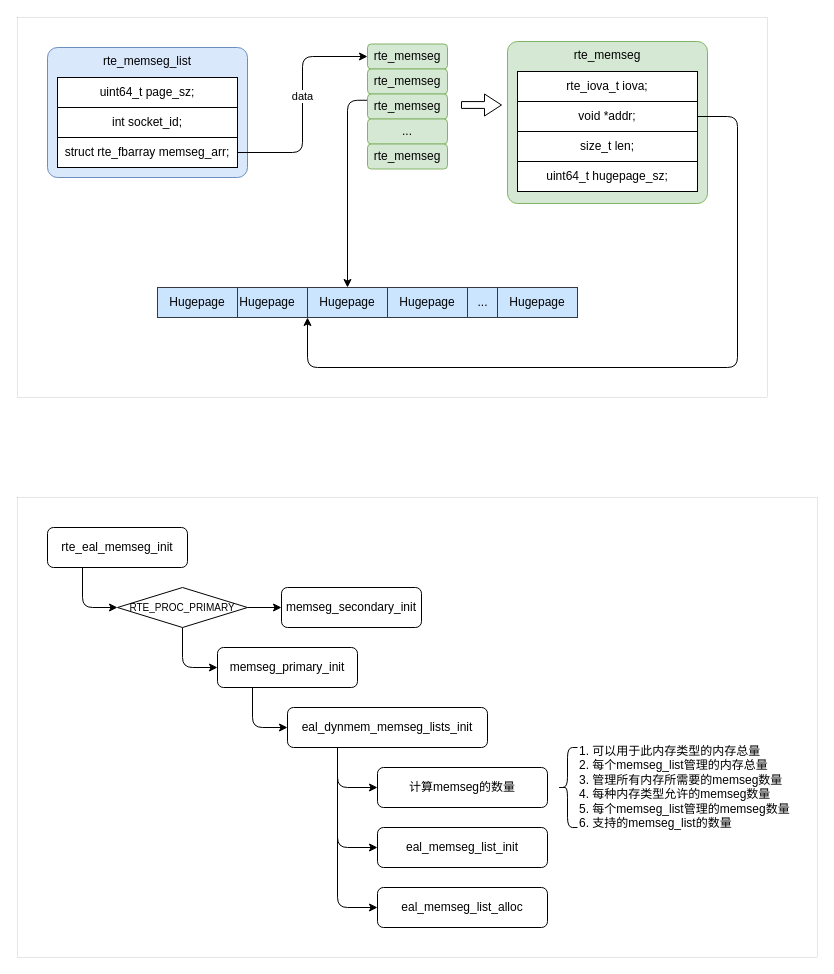
Earlier version of the draw.io diagram page "memseg" (1 of 5) of dpdk.drawio (Aspiresky/draw.io). Source tidied: cells renumbered, new cells numbered last; positions are measured from the earlier drawing's top-left corner, leaving out a move shared by most shapes. Both pictures are drawn from the tidied source at 100%, with x=0, y=0 at pixel (17, 17).
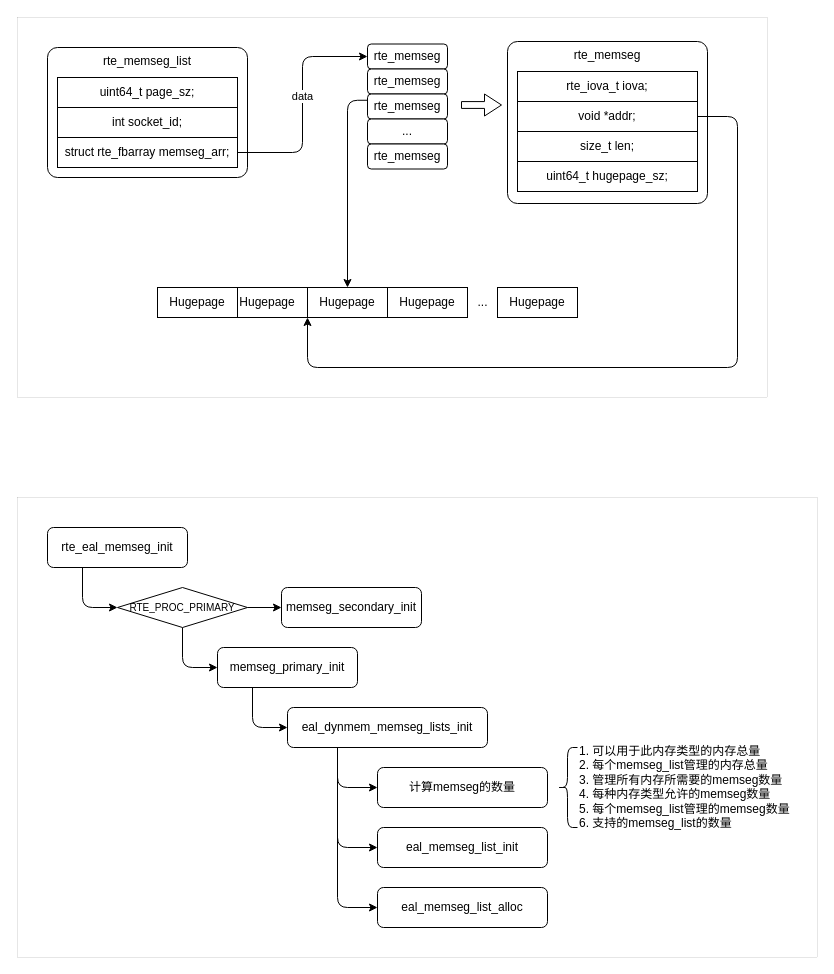
The same diagram, later.

Diff of the diagram source:
```diff
@@
-    <mxCell id="3" value="rte_memseg_list" style="rounded=1;whiteSpace=wrap;html=1;verticalAlign=top;absoluteArcSize=1;fillColor=#dae8fc;strokeColor=#6c8ebf;" parent="1" vertex="1">
+    <mxCell id="3" value="rte_memseg_list" style="rounded=1;whiteSpace=wrap;html=1;verticalAlign=top;absoluteArcSize=1;" parent="1" vertex="1">
       <mxGeometry x="30" y="30" width="200" height="130" as="geometry" />
     </mxCell>
@@
-    <mxCell id="9" value="rte_memseg" style="rounded=1;whiteSpace=wrap;html=1;fillColor=#d5e8d4;strokeColor=#82b366;" parent="1" vertex="1">
+    <mxCell id="9" value="rte_memseg" style="rounded=1;whiteSpace=wrap;html=1;" parent="1" vertex="1">
       <mxGeometry x="350" y="26.5" width="80" height="25" as="geometry" />
     </mxCell>
-    <mxCell id="10" value="rte_memseg" style="rounded=1;whiteSpace=wrap;html=1;fillColor=#d5e8d4;strokeColor=#82b366;" parent="1" vertex="1">
+    <mxCell id="10" value="rte_memseg" style="rounded=1;whiteSpace=wrap;html=1;" parent="1" vertex="1">
       <mxGeometry x="350" y="51.5" width="80" height="25" as="geometry" />
     </mxCell>
@@
-    <mxCell id="12" value="rte_memseg" style="rounded=1;whiteSpace=wrap;html=1;fillColor=#d5e8d4;strokeColor=#82b366;" parent="1" vertex="1">
+    <mxCell id="12" value="rte_memseg" style="rounded=1;whiteSpace=wrap;html=1;" parent="1" vertex="1">
       <mxGeometry x="350" y="76.5" width="80" height="25" as="geometry" />
     </mxCell>
-    <mxCell id="13" value="..." style="rounded=1;whiteSpace=wrap;html=1;fillColor=#d5e8d4;strokeColor=#82b366;" parent="1" vertex="1">
+    <mxCell id="13" value="..." style="rounded=1;whiteSpace=wrap;html=1;" parent="1" vertex="1">
       <mxGeometry x="350" y="101.5" width="80" height="25" as="geometry" />
     </mxCell>
-    <mxCell id="14" value="rte_memseg" style="rounded=1;whiteSpace=wrap;html=1;fillColor=#d5e8d4;strokeColor=#82b366;" parent="1" vertex="1">
+    <mxCell id="14" value="rte_memseg" style="rounded=1;whiteSpace=wrap;html=1;" parent="1" vertex="1">
       <mxGeometry x="350" y="126.5" width="80" height="25" as="geometry" />
     </mxCell>
@@
-    <mxCell id="16" value="rte_memseg" style="rounded=1;whiteSpace=wrap;html=1;verticalAlign=top;absoluteArcSize=1;fillColor=#d5e8d4;strokeColor=#82b366;" parent="1" vertex="1">
+    <mxCell id="16" value="rte_memseg" style="rounded=1;whiteSpace=wrap;html=1;verticalAlign=top;absoluteArcSize=1;" parent="1" vertex="1">
       <mxGeometry x="490" y="24" width="200" height="162" as="geometry" />
     </mxCell>
@@
-    <mxCell id="22" value="Hugepage" style="rounded=0;whiteSpace=wrap;html=1;fillColor=#cce5ff;strokeColor=#36393d;" parent="1" vertex="1">
+    <mxCell id="22" value="Hugepage" style="rounded=0;whiteSpace=wrap;html=1;" parent="1" vertex="1">
       <mxGeometry x="210" y="270" width="80" height="30" as="geometry" />
     </mxCell>
-    <mxCell id="23" value="Hugepage" style="rounded=0;whiteSpace=wrap;html=1;fillColor=#cce5ff;strokeColor=#36393d;" parent="1" vertex="1">
+    <mxCell id="23" value="Hugepage" style="rounded=0;whiteSpace=wrap;html=1;" parent="1" vertex="1">
       <mxGeometry x="290" y="270" width="80" height="30" as="geometry" />
     </mxCell>
-    <mxCell id="24" value="Hugepage" style="rounded=0;whiteSpace=wrap;html=1;fillColor=#cce5ff;strokeColor=#36393d;" parent="1" vertex="1">
+    <mxCell id="24" value="Hugepage" style="rounded=0;whiteSpace=wrap;html=1;" parent="1" vertex="1">
       <mxGeometry x="370" y="270" width="80" height="30" as="geometry" />
     </mxCell>
-    <mxCell id="25" value="Hugepage" style="rounded=0;whiteSpace=wrap;html=1;fillColor=#cce5ff;strokeColor=#36393d;" parent="1" vertex="1">
+    <mxCell id="25" value="Hugepage" style="rounded=0;whiteSpace=wrap;html=1;" parent="1" vertex="1">
       <mxGeometry x="480" y="270" width="80" height="30" as="geometry" />
     </mxCell>
-    <mxCell id="26" value="..." style="text;html=1;align=center;verticalAlign=middle;strokeColor=#36393d;fillColor=#cce5ff;" parent="1" vertex="1">
+    <mxCell id="26" value="..." style="text;html=1;align=center;verticalAlign=middle;" parent="1" vertex="1">
       <mxGeometry x="450" y="270" width="30" height="30" as="geometry" />
     </mxCell>
-    <mxCell id="27" value="Hugepage" style="rounded=0;whiteSpace=wrap;html=1;fillColor=#cce5ff;strokeColor=#36393d;" parent="1" vertex="1">
+    <mxCell id="27" value="Hugepage" style="rounded=0;whiteSpace=wrap;html=1;" parent="1" vertex="1">
       <mxGeometry x="140" y="270" width="80" height="30" as="geometry" />
     </mxCell>
```
